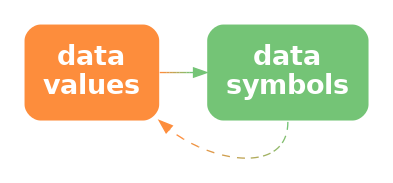
This is Diagrams/data-sym-decode.png from pmur002/hdvw, a Graphviz export, as it was before one commit. Its source is kept beside it as Diagrams/data-sym-decode.dot.
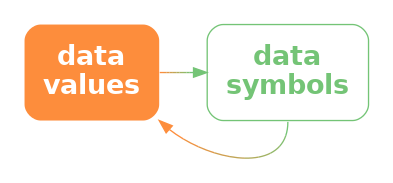
After the change.

Diff of the diagram source:
```diff
@@ -3,7 +3,7 @@
   node [ fontsize=20; fontname="sans bold"; margin=.2 ];
   data [ label="data\nvalues"; shape=box; style="filled, rounded"; penwidth=0; fontcolor=white; fillcolor="#FD8D3C" ]
   sym [ label="data\nsymbols"; shape=box;
-     style="filled, rounded"; penwidth=0; fontcolor=white; fillcolor="#74C476" ]
-  data -> sym [ color="#FD8D3C;0.1:#EE9342;0.1:#DF9949;0.1:#CF9F4F;0.1:#C0A556;0.1:#B1AC5C;0.1:#A2B263;0.1:#92B869;0.1:#83BE70;0.1:#74C476;0.1" ]
-  sym:s -> data:se [ style="dashed", color="#74C476;0.1:#83BE70;0.1:#92B869;0.1:#A2B263;0.1:#B1AC5C;0.1:#C0A556;0.1:#CF9F4F;0.1:#DF9949;0.1:#EE9342;0.1:#FD8D3C;0.1" ]
+     style="rounded"; color="#74C476"; fontcolor="#74C476" ]
+  data -> sym [ style="bold"; penwidth=1; color="#FD8D3C;0.1:#EE9342;0.1:#DF9949;0.1:#CF9F4F;0.1:#C0A556;0.1:#B1AC5C;0.1:#A2B263;0.1:#92B869;0.1:#83BE70;0.1:#74C476;0.1" ]
+  sym:s -> data:se [ style="solid", color="#74C476;0.1:#83BE70;0.1:#92B869;0.1:#A2B263;0.1:#B1AC5C;0.1:#C0A556;0.1:#CF9F4F;0.1:#DF9949;0.1:#EE9342;0.1:#FD8D3C;0.1" ]
 }
```
